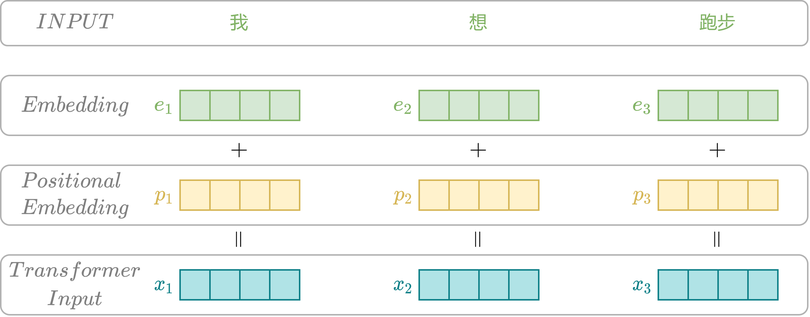
Earlier version of the draw.io export imgs/nlp-self-attention-transformer-2.png (hxca/imgrepo). Source tidied: cells renumbered, new cells last; positions are measured from the earlier drawing's top-left corner, leaving out a move shared by most shapes. Its diagram source:
```xml
<mxGraphModel math="1">
  <root>
    <mxCell id="0" />
    <mxCell id="1" parent="0" />
    <mxCell id="2" style="rounded=1;whiteSpace=wrap;html=1;comic=0;fontSize=11;opacity=30;" parent="1" vertex="1">
      <mxGeometry y="170" width="540" height="40" as="geometry" />
    </mxCell>
    <mxCell id="3" style="rounded=1;whiteSpace=wrap;html=1;comic=0;fontSize=11;opacity=30;" parent="1" vertex="1">
      <mxGeometry y="110" width="540" height="40" as="geometry" />
    </mxCell>
    <mxCell id="4" style="rounded=1;whiteSpace=wrap;html=1;comic=0;fontSize=11;opacity=30;" parent="1" vertex="1">
      <mxGeometry y="50" width="540" height="40" as="geometry" />
    </mxCell>
    <mxCell id="5" style="rounded=1;whiteSpace=wrap;html=1;comic=0;fontSize=11;opacity=30;" parent="1" vertex="1">
      <mxGeometry width="540" height="30" as="geometry" />
    </mxCell>
    <mxCell id="6" style="rounded=0;whiteSpace=wrap;html=1;fillColor=#d5e8d4;strokeColor=#82b366;" parent="1" vertex="1">
      <mxGeometry x="120" y="60" width="20" height="20" as="geometry" />
    </mxCell>
    <mxCell id="7" style="rounded=0;whiteSpace=wrap;html=1;fillColor=#d5e8d4;strokeColor=#82b366;" parent="1" vertex="1">
      <mxGeometry x="140" y="60" width="20" height="20" as="geometry" />
    </mxCell>
    <mxCell id="8" style="rounded=0;whiteSpace=wrap;html=1;fillColor=#d5e8d4;strokeColor=#82b366;" parent="1" vertex="1">
      <mxGeometry x="160" y="60" width="20" height="20" as="geometry" />
    </mxCell>
    <mxCell id="9" style="rounded=0;whiteSpace=wrap;html=1;fillColor=#d5e8d4;strokeColor=#82b366;" parent="1" vertex="1">
      <mxGeometry x="180" y="60" width="20" height="20" as="geometry" />
    </mxCell>
    <mxCell id="10" value="$$e_1$$" style="text;html=1;strokeColor=none;fillColor=none;align=center;verticalAlign=middle;whiteSpace=wrap;rounded=0;fontColor=#82B366;" parent="1" vertex="1">
      <mxGeometry x="100" y="60" width="20" height="20" as="geometry" />
    </mxCell>
    <mxCell id="11" style="rounded=0;whiteSpace=wrap;html=1;fillColor=#d5e8d4;strokeColor=#82b366;" parent="1" vertex="1">
      <mxGeometry x="280" y="60" width="20" height="20" as="geometry" />
    </mxCell>
    <mxCell id="12" style="rounded=0;whiteSpace=wrap;html=1;fillColor=#d5e8d4;strokeColor=#82b366;" parent="1" vertex="1">
      <mxGeometry x="300" y="60" width="20" height="20" as="geometry" />
    </mxCell>
    <mxCell id="13" style="rounded=0;whiteSpace=wrap;html=1;fillColor=#d5e8d4;strokeColor=#82b366;" parent="1" vertex="1">
      <mxGeometry x="320" y="60" width="20" height="20" as="geometry" />
    </mxCell>
    <mxCell id="14" style="rounded=0;whiteSpace=wrap;html=1;fillColor=#d5e8d4;strokeColor=#82b366;" parent="1" vertex="1">
      <mxGeometry x="340" y="60" width="20" height="20" as="geometry" />
    </mxCell>
    <mxCell id="15" value="$$e_2$$" style="text;html=1;strokeColor=none;fillColor=none;align=center;verticalAlign=middle;whiteSpace=wrap;rounded=0;fontColor=#82B366;" parent="1" vertex="1">
      <mxGeometry x="260" y="60" width="20" height="20" as="geometry" />
    </mxCell>
    <mxCell id="16" style="rounded=0;whiteSpace=wrap;html=1;fillColor=#d5e8d4;strokeColor=#82b366;" parent="1" vertex="1">
      <mxGeometry x="440" y="60" width="20" height="20" as="geometry" />
    </mxCell>
    <mxCell id="17" style="rounded=0;whiteSpace=wrap;html=1;fillColor=#d5e8d4;strokeColor=#82b366;" parent="1" vertex="1">
      <mxGeometry x="460" y="60" width="20" height="20" as="geometry" />
    </mxCell>
    <mxCell id="18" style="rounded=0;whiteSpace=wrap;html=1;fillColor=#d5e8d4;strokeColor=#82b366;" parent="1" vertex="1">
      <mxGeometry x="480" y="60" width="20" height="20" as="geometry" />
    </mxCell>
    <mxCell id="19" style="rounded=0;whiteSpace=wrap;html=1;fillColor=#d5e8d4;strokeColor=#82b366;" parent="1" vertex="1">
      <mxGeometry x="500" y="60" width="20" height="20" as="geometry" />
    </mxCell>
    <mxCell id="20" value="$$e_3$$" style="text;html=1;strokeColor=none;fillColor=none;align=center;verticalAlign=middle;whiteSpace=wrap;rounded=0;fontColor=#82B366;" parent="1" vertex="1">
      <mxGeometry x="420" y="60" width="20" height="20" as="geometry" />
    </mxCell>
    <mxCell id="21" style="rounded=0;whiteSpace=wrap;html=1;fillColor=#fff2cc;strokeColor=#d6b656;" parent="1" vertex="1">
      <mxGeometry x="120" y="120" width="20" height="20" as="geometry" />
    </mxCell>
    <mxCell id="22" style="rounded=0;whiteSpace=wrap;html=1;fillColor=#fff2cc;strokeColor=#d6b656;" parent="1" vertex="1">
      <mxGeometry x="140" y="120" width="20" height="20" as="geometry" />
    </mxCell>
    <mxCell id="23" style="rounded=0;whiteSpace=wrap;html=1;fillColor=#fff2cc;strokeColor=#d6b656;" parent="1" vertex="1">
      <mxGeometry x="160" y="120" width="20" height="20" as="geometry" />
    </mxCell>
    <mxCell id="24" style="rounded=0;whiteSpace=wrap;html=1;fillColor=#fff2cc;strokeColor=#d6b656;" parent="1" vertex="1">
      <mxGeometry x="180" y="120" width="20" height="20" as="geometry" />
    </mxCell>
    <mxCell id="25" value="$$p_1$$" style="text;html=1;align=center;verticalAlign=middle;whiteSpace=wrap;rounded=0;fontColor=#D6B656;" parent="1" vertex="1">
      <mxGeometry x="100" y="120" width="20" height="20" as="geometry" />
    </mxCell>
    <mxCell id="26" style="rounded=0;whiteSpace=wrap;html=1;fillColor=#fff2cc;strokeColor=#d6b656;" parent="1" vertex="1">
      <mxGeometry x="280" y="120" width="20" height="20" as="geometry" />
    </mxCell>
    <mxCell id="27" style="rounded=0;whiteSpace=wrap;html=1;fillColor=#fff2cc;strokeColor=#d6b656;" parent="1" vertex="1">
      <mxGeometry x="300" y="120" width="20" height="20" as="geometry" />
    </mxCell>
    <mxCell id="28" style="rounded=0;whiteSpace=wrap;html=1;fillColor=#fff2cc;strokeColor=#d6b656;" parent="1" vertex="1">
      <mxGeometry x="320" y="120" width="20" height="20" as="geometry" />
    </mxCell>
    <mxCell id="29" style="rounded=0;whiteSpace=wrap;html=1;fillColor=#fff2cc;strokeColor=#d6b656;" parent="1" vertex="1">
      <mxGeometry x="340" y="120" width="20" height="20" as="geometry" />
    </mxCell>
    <mxCell id="30" value="$$p_2$$" style="text;html=1;align=center;verticalAlign=middle;whiteSpace=wrap;rounded=0;fontColor=#D6B656;" parent="1" vertex="1">
      <mxGeometry x="260" y="120" width="20" height="20" as="geometry" />
    </mxCell>
    <mxCell id="31" style="rounded=0;whiteSpace=wrap;html=1;fillColor=#fff2cc;strokeColor=#d6b656;" parent="1" vertex="1">
      <mxGeometry x="440" y="120" width="20" height="20" as="geometry" />
    </mxCell>
    <mxCell id="32" style="rounded=0;whiteSpace=wrap;html=1;fillColor=#fff2cc;strokeColor=#d6b656;" parent="1" vertex="1">
      <mxGeometry x="460" y="120" width="20" height="20" as="geometry" />
    </mxCell>
    <mxCell id="33" style="rounded=0;whiteSpace=wrap;html=1;fillColor=#fff2cc;strokeColor=#d6b656;" parent="1" vertex="1">
      <mxGeometry x="480" y="120" width="20" height="20" as="geometry" />
    </mxCell>
    <mxCell id="34" style="rounded=0;whiteSpace=wrap;html=1;fillColor=#fff2cc;strokeColor=#d6b656;" parent="1" vertex="1">
      <mxGeometry x="500" y="120" width="20" height="20" as="geometry" />
    </mxCell>
    <mxCell id="35" value="$$p_3$$" style="text;html=1;align=center;verticalAlign=middle;whiteSpace=wrap;rounded=0;fontColor=#D6B656;" parent="1" vertex="1">
      <mxGeometry x="420" y="120" width="20" height="20" as="geometry" />
    </mxCell>
    <mxCell id="36" style="rounded=0;whiteSpace=wrap;html=1;fillColor=#b0e3e6;strokeColor=#0e8088;" parent="1" vertex="1">
      <mxGeometry x="120" y="180" width="20" height="20" as="geometry" />
    </mxCell>
    <mxCell id="37" style="rounded=0;whiteSpace=wrap;html=1;fillColor=#b0e3e6;strokeColor=#0e8088;" parent="1" vertex="1">
      <mxGeometry x="140" y="180" width="20" height="20" as="geometry" />
    </mxCell>
    <mxCell id="38" style="rounded=0;whiteSpace=wrap;html=1;fillColor=#b0e3e6;strokeColor=#0e8088;" parent="1" vertex="1">
      <mxGeometry x="160" y="180" width="20" height="20" as="geometry" />
    </mxCell>
    <mxCell id="39" style="rounded=0;whiteSpace=wrap;html=1;fillColor=#b0e3e6;strokeColor=#0e8088;" parent="1" vertex="1">
      <mxGeometry x="180" y="180" width="20" height="20" as="geometry" />
    </mxCell>
    <mxCell id="40" value="$$x_1$$" style="text;html=1;align=center;verticalAlign=middle;whiteSpace=wrap;rounded=0;fontColor=#0E8088;" parent="1" vertex="1">
      <mxGeometry x="100" y="180" width="20" height="20" as="geometry" />
    </mxCell>
    <mxCell id="41" style="rounded=0;whiteSpace=wrap;html=1;fillColor=#b0e3e6;strokeColor=#0e8088;" parent="1" vertex="1">
      <mxGeometry x="280" y="180" width="20" height="20" as="geometry" />
    </mxCell>
    <mxCell id="42" style="rounded=0;whiteSpace=wrap;html=1;fillColor=#b0e3e6;strokeColor=#0e8088;" parent="1" vertex="1">
      <mxGeometry x="300" y="180" width="20" height="20" as="geometry" />
    </mxCell>
    <mxCell id="43" style="rounded=0;whiteSpace=wrap;html=1;fillColor=#b0e3e6;strokeColor=#0e8088;" parent="1" vertex="1">
      <mxGeometry x="320" y="180" width="20" height="20" as="geometry" />
    </mxCell>
    <mxCell id="44" style="rounded=0;whiteSpace=wrap;html=1;fillColor=#b0e3e6;strokeColor=#0e8088;" parent="1" vertex="1">
      <mxGeometry x="340" y="180" width="20" height="20" as="geometry" />
    </mxCell>
    <mxCell id="45" value="$$x_2$$" style="text;html=1;align=center;verticalAlign=middle;whiteSpace=wrap;rounded=0;fontColor=#0E8088;" parent="1" vertex="1">
      <mxGeometry x="260" y="180" width="20" height="20" as="geometry" />
    </mxCell>
    <mxCell id="46" style="rounded=0;whiteSpace=wrap;html=1;fillColor=#b0e3e6;strokeColor=#0e8088;" parent="1" vertex="1">
      <mxGeometry x="440" y="180" width="20" height="20" as="geometry" />
    </mxCell>
    <mxCell id="47" style="rounded=0;whiteSpace=wrap;html=1;fillColor=#b0e3e6;strokeColor=#0e8088;" parent="1" vertex="1">
      <mxGeometry x="460" y="180" width="20" height="20" as="geometry" />
    </mxCell>
    <mxCell id="48" style="rounded=0;whiteSpace=wrap;html=1;fillColor=#b0e3e6;strokeColor=#0e8088;" parent="1" vertex="1">
      <mxGeometry x="480" y="180" width="20" height="20" as="geometry" />
    </mxCell>
    <mxCell id="49" style="rounded=0;whiteSpace=wrap;html=1;fillColor=#b0e3e6;strokeColor=#0e8088;" parent="1" vertex="1">
      <mxGeometry x="500" y="180" width="20" height="20" as="geometry" />
    </mxCell>
    <mxCell id="50" value="$$x_3$$" style="text;html=1;align=center;verticalAlign=middle;whiteSpace=wrap;rounded=0;fontColor=#0E8088;" parent="1" vertex="1">
      <mxGeometry x="420" y="180" width="20" height="20" as="geometry" />
    </mxCell>
    <mxCell id="51" value="我" style="text;html=1;strokeColor=none;fillColor=none;align=center;verticalAlign=middle;whiteSpace=wrap;rounded=0;comic=0;fontSize=11;fontColor=#82B366;" parent="1" vertex="1">
      <mxGeometry x="130" width="60" height="30" as="geometry" />
    </mxCell>
    <mxCell id="52" value="想" style="text;html=1;strokeColor=none;fillColor=none;align=center;verticalAlign=middle;whiteSpace=wrap;rounded=0;comic=0;fontSize=11;fontColor=#82B366;" parent="1" vertex="1">
      <mxGeometry x="290" width="60" height="30" as="geometry" />
    </mxCell>
    <mxCell id="53" value="跑步" style="text;html=1;strokeColor=none;fillColor=none;align=center;verticalAlign=middle;whiteSpace=wrap;rounded=0;comic=0;fontSize=11;fontColor=#82B366;" parent="1" vertex="1">
      <mxGeometry x="450" width="60" height="30" as="geometry" />
    </mxCell>
    <mxCell id="54" value="$$+$$" style="text;html=1;strokeColor=none;fillColor=none;align=center;verticalAlign=middle;whiteSpace=wrap;rounded=0;comic=0;fontSize=11;fontColor=#000000;fontStyle=0;" parent="1" vertex="1">
      <mxGeometry x="150" y="90" width="20" height="20" as="geometry" />
    </mxCell>
    <mxCell id="55" value="$$+$$" style="text;html=1;strokeColor=none;fillColor=none;align=center;verticalAlign=middle;whiteSpace=wrap;rounded=0;comic=0;fontSize=11;fontColor=#000000;fontStyle=0;" parent="1" vertex="1">
      <mxGeometry x="310" y="90" width="20" height="20" as="geometry" />
    </mxCell>
    <mxCell id="56" value="$$+$$" style="text;html=1;strokeColor=none;fillColor=none;align=center;verticalAlign=middle;whiteSpace=wrap;rounded=0;comic=0;fontSize=11;fontColor=#000000;fontStyle=0;" parent="1" vertex="1">
      <mxGeometry x="470" y="90" width="20" height="20" as="geometry" />
    </mxCell>
    <mxCell id="57" value="$$=$$" style="text;html=1;strokeColor=none;fillColor=none;align=center;verticalAlign=middle;whiteSpace=wrap;rounded=0;comic=0;fontSize=11;fontColor=#000000;fontStyle=0;rotation=90;" parent="1" vertex="1">
      <mxGeometry x="150" y="150" width="20" height="20" as="geometry" />
    </mxCell>
    <mxCell id="58" value="$$=$$" style="text;html=1;strokeColor=none;fillColor=none;align=center;verticalAlign=middle;whiteSpace=wrap;rounded=0;comic=0;fontSize=11;fontColor=#000000;fontStyle=0;rotation=90;" parent="1" vertex="1">
      <mxGeometry x="310" y="150" width="20" height="20" as="geometry" />
    </mxCell>
    <mxCell id="59" value="$$=$$" style="text;html=1;strokeColor=none;fillColor=none;align=center;verticalAlign=middle;whiteSpace=wrap;rounded=0;comic=0;fontSize=11;fontColor=#000000;fontStyle=0;rotation=90;" parent="1" vertex="1">
      <mxGeometry x="470" y="150" width="20" height="20" as="geometry" />
    </mxCell>
    <mxCell id="60" value="$$Positional \\&lt;br&gt;Embedding$$" style="text;html=1;strokeColor=none;fillColor=none;align=center;verticalAlign=middle;whiteSpace=wrap;rounded=0;comic=0;fontSize=11;fontColor=#808080;opacity=30;" parent="1" vertex="1">
      <mxGeometry x="20" y="115" width="60" height="30" as="geometry" />
    </mxCell>
    <mxCell id="61" value="$$INPUT$$" style="text;html=1;strokeColor=none;fillColor=none;align=center;verticalAlign=middle;whiteSpace=wrap;rounded=0;comic=0;fontSize=11;fontColor=#808080;opacity=30;" parent="1" vertex="1">
      <mxGeometry x="20" width="60" height="30" as="geometry" />
    </mxCell>
    <mxCell id="62" value="$$Embedding$$" style="text;html=1;strokeColor=none;fillColor=none;align=center;verticalAlign=middle;whiteSpace=wrap;rounded=0;comic=0;fontSize=11;fontColor=#808080;opacity=30;" parent="1" vertex="1">
      <mxGeometry x="20" y="55" width="60" height="30" as="geometry" />
    </mxCell>
    <mxCell id="63" value="$$Transformer \\&lt;br&gt;Input$$" style="text;html=1;strokeColor=none;fillColor=none;align=center;verticalAlign=middle;whiteSpace=wrap;rounded=0;comic=0;fontSize=11;fontColor=#808080;opacity=30;" parent="1" vertex="1">
      <mxGeometry x="20" y="175" width="60" height="30" as="geometry" />
    </mxCell>
  </root>
</mxGraphModel>
```
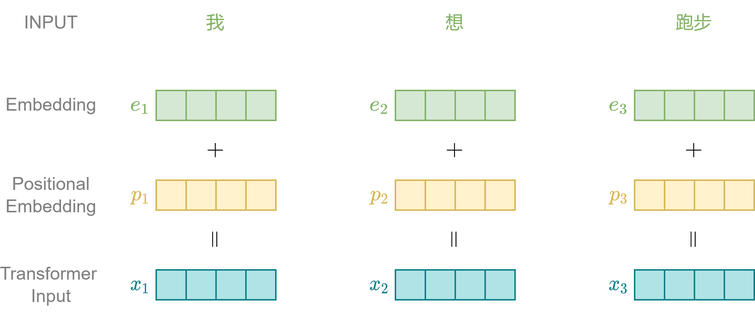
After the change.

Change to the diagram source:
```diff
@@ -2,18 +2,6 @@
   <root>
     <mxCell id="0" />
     <mxCell id="1" parent="0" />
-    <mxCell id="2" style="rounded=1;whiteSpace=wrap;html=1;comic=0;fontSize=11;opacity=30;" parent="1" vertex="1">
-      <mxGeometry y="170" width="540" height="40" as="geometry" />
-    </mxCell>
-    <mxCell id="3" style="rounded=1;whiteSpace=wrap;html=1;comic=0;fontSize=11;opacity=30;" parent="1" vertex="1">
-      <mxGeometry y="110" width="540" height="40" as="geometry" />
-    </mxCell>
-    <mxCell id="4" style="rounded=1;whiteSpace=wrap;html=1;comic=0;fontSize=11;opacity=30;" parent="1" vertex="1">
-      <mxGeometry y="50" width="540" height="40" as="geometry" />
-    </mxCell>
-    <mxCell id="5" style="rounded=1;whiteSpace=wrap;html=1;comic=0;fontSize=11;opacity=30;" parent="1" vertex="1">
-      <mxGeometry width="540" height="30" as="geometry" />
-    </mxCell>
     <mxCell id="6" style="rounded=0;whiteSpace=wrap;html=1;fillColor=#d5e8d4;strokeColor=#82b366;" parent="1" vertex="1">
       <mxGeometry x="120" y="60" width="20" height="20" as="geometry" />
     </mxCell>
@@ -176,17 +164,17 @@
     <mxCell id="59" value="$$=$$" style="text;html=1;strokeColor=none;fillColor=none;align=center;verticalAlign=middle;whiteSpace=wrap;rounded=0;comic=0;fontSize=11;fontColor=#000000;fontStyle=0;rotation=90;" parent="1" vertex="1">
       <mxGeometry x="470" y="150" width="20" height="20" as="geometry" />
     </mxCell>
-    <mxCell id="60" value="$$Positional \\&lt;br&gt;Embedding$$" style="text;html=1;strokeColor=none;fillColor=none;align=center;verticalAlign=middle;whiteSpace=wrap;rounded=0;comic=0;fontSize=11;fontColor=#808080;opacity=30;" parent="1" vertex="1">
+    <mxCell id="60" value="Positional Embedding" style="text;html=1;strokeColor=none;fillColor=none;align=center;verticalAlign=middle;whiteSpace=wrap;rounded=0;comic=0;fontSize=11;fontColor=#808080;opacity=30;" parent="1" vertex="1">
       <mxGeometry x="20" y="115" width="60" height="30" as="geometry" />
     </mxCell>
-    <mxCell id="61" value="$$INPUT$$" style="text;html=1;strokeColor=none;fillColor=none;align=center;verticalAlign=middle;whiteSpace=wrap;rounded=0;comic=0;fontSize=11;fontColor=#808080;opacity=30;" parent="1" vertex="1">
+    <mxCell id="61" value="INPUT" style="text;html=1;strokeColor=none;fillColor=none;align=center;verticalAlign=middle;whiteSpace=wrap;rounded=0;comic=0;fontSize=11;fontColor=#808080;opacity=30;" parent="1" vertex="1">
       <mxGeometry x="20" width="60" height="30" as="geometry" />
     </mxCell>
-    <mxCell id="62" value="$$Embedding$$" style="text;html=1;strokeColor=none;fillColor=none;align=center;verticalAlign=middle;whiteSpace=wrap;rounded=0;comic=0;fontSize=11;fontColor=#808080;opacity=30;" parent="1" vertex="1">
-      <mxGeometry x="20" y="55" width="60" height="30" as="geometry" />
-    </mxCell>
-    <mxCell id="63" value="$$Transformer \\&lt;br&gt;Input$$" style="text;html=1;strokeColor=none;fillColor=none;align=center;verticalAlign=middle;whiteSpace=wrap;rounded=0;comic=0;fontSize=11;fontColor=#808080;opacity=30;" parent="1" vertex="1">
+    <mxCell id="63" value="Transformer&amp;nbsp;&lt;br&gt;Input" style="text;html=1;strokeColor=none;fillColor=none;align=center;verticalAlign=middle;whiteSpace=wrap;rounded=0;comic=0;fontSize=11;fontColor=#808080;opacity=30;" parent="1" vertex="1">
       <mxGeometry x="20" y="175" width="60" height="30" as="geometry" />
     </mxCell>
+    <mxCell id="64" value="Embedding" style="text;html=1;strokeColor=none;fillColor=none;align=center;verticalAlign=middle;whiteSpace=wrap;rounded=0;comic=0;fontSize=11;fontColor=#808080;opacity=30;" parent="1" vertex="1">
+      <mxGeometry x="20" y="55" width="60" height="30" as="geometry" />
+    </mxCell>
   </root>
 </mxGraphModel>
```
